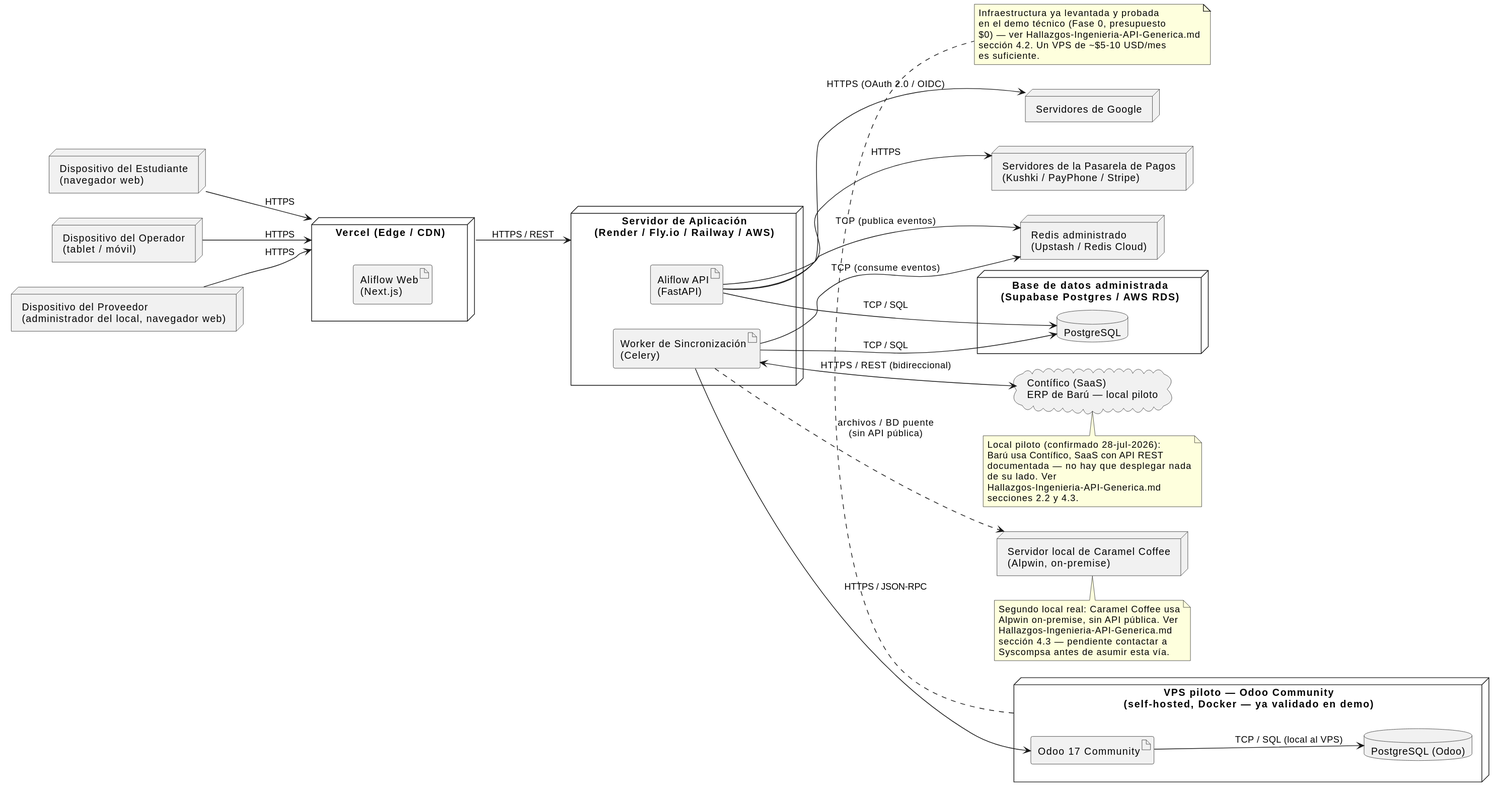
Earlier version of the PlantUML export Entregables/uml/diagrama-despliegue.svg (Jesus-JB/aliflow). Source of this version:
```plantuml
@startuml
skinparam nodeStyle rectangle
left to right direction

node "Dispositivo del Estudiante\n(navegador web)" as DEV_EST
node "Dispositivo del Operador\n(tablet / móvil)" as DEV_OP
node "Dispositivo del Proveedor\n(administrador del local, navegador web)" as DEV_PROV

node "Vercel (Edge / CDN)" as VERCEL {
  artifact "Aliflow Web\n(Next.js)" as WEB_ART
}

node "Servidor de Aplicación\n(Render / Fly.io / Railway / AWS)" as APPSERVER {
  artifact "Aliflow API\n(FastAPI)" as API_ART
  artifact "Worker de Sincronización\n(Celery)" as WORKER_ART
}

node "Redis administrado\n(Upstash / Redis Cloud)" as REDIS_NODE

node "Base de datos administrada\n(Supabase Postgres / AWS RDS)" as DBNODE {
  database "PostgreSQL" as DB
}

node "VPS piloto — Odoo Community\n(self-hosted, Docker — ya validado en demo)" as ODOO_VPS {
  artifact "Odoo 17 Community" as ODOO_ART
  database "PostgreSQL (Odoo)" as ODOO_DB
}

cloud "Contífico (SaaS)\nERP de Barú — local piloto" as CONTIFICO_NODE

node "Servidor local de Caramel Coffee\n(Alpwin, on-premise)" as ALPWIN_NODE

node "Servidores de Google" as GOOGLE_NODE
node "Servidores de la Pasarela de Pagos\n(Kushki / PayPhone / Stripe)" as PAY_NODE

DEV_EST --> VERCEL : HTTPS
DEV_OP --> VERCEL : HTTPS
DEV_PROV --> VERCEL : HTTPS

VERCEL --> APPSERVER : HTTPS / REST

API_ART --> DB : TCP / SQL
WORKER_ART --> DB : TCP / SQL

API_ART --> REDIS_NODE : TCP (publica eventos)
WORKER_ART --> REDIS_NODE : TCP (consume eventos)

API_ART --> GOOGLE_NODE : HTTPS (OAuth 2.0 / OIDC)
API_ART --> PAY_NODE : HTTPS

WORKER_ART --> ODOO_ART : HTTPS / JSON-RPC
ODOO_ART --> ODOO_DB : TCP / SQL (local al VPS)

WORKER_ART <--> CONTIFICO_NODE : HTTPS / REST (bidireccional)
WORKER_ART ..> ALPWIN_NODE : archivos / BD puente\n(sin API pública)

note bottom of ODOO_VPS
  Infraestructura ya levantada y probada
  en el demo técnico (Fase 0, presupuesto
  $0) — ver Hallazgos-Ingenieria-API-Generica.md
  sección 4.2. Un VPS de ~$5-10 USD/mes
  es suficiente.
end note

note bottom of CONTIFICO_NODE
  Local piloto (confirmado 28-jul-2026):
  Barú usa Contífico, SaaS con API REST
  documentada — no hay que desplegar nada
  de su lado. Ver
  Hallazgos-Ingenieria-API-Generica.md
  secciones 2.2 y 4.3.
end note

note bottom of ALPWIN_NODE
  Segundo local real: Caramel Coffee usa
  Alpwin on-premise, sin API pública. Ver
  Hallazgos-Ingenieria-API-Generica.md
  sección 4.3 — pendiente contactar a
  Syscompsa antes de asumir esta vía.
end note
@enduml
```
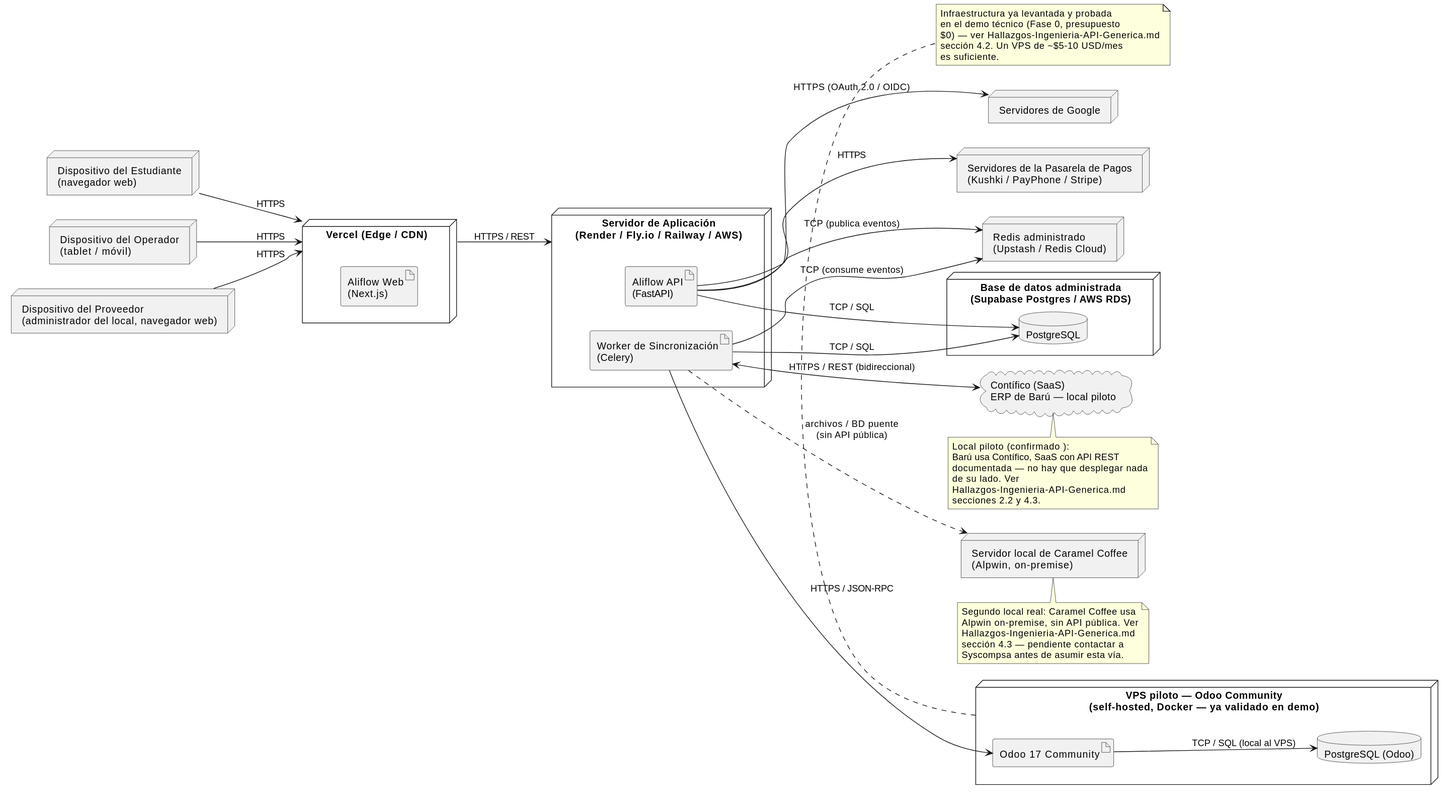
Above is the later version.

Change to the diagram source:
```diff
@@ -63,7 +63,7 @@
 end note
 
 note bottom of CONTIFICO_NODE
-  Local piloto (confirmado 28-jul-2026):
+  Local piloto (confirmado ):
   Barú usa Contífico, SaaS con API REST
   documentada — no hay que desplegar nada
   de su lado. Ver
```
